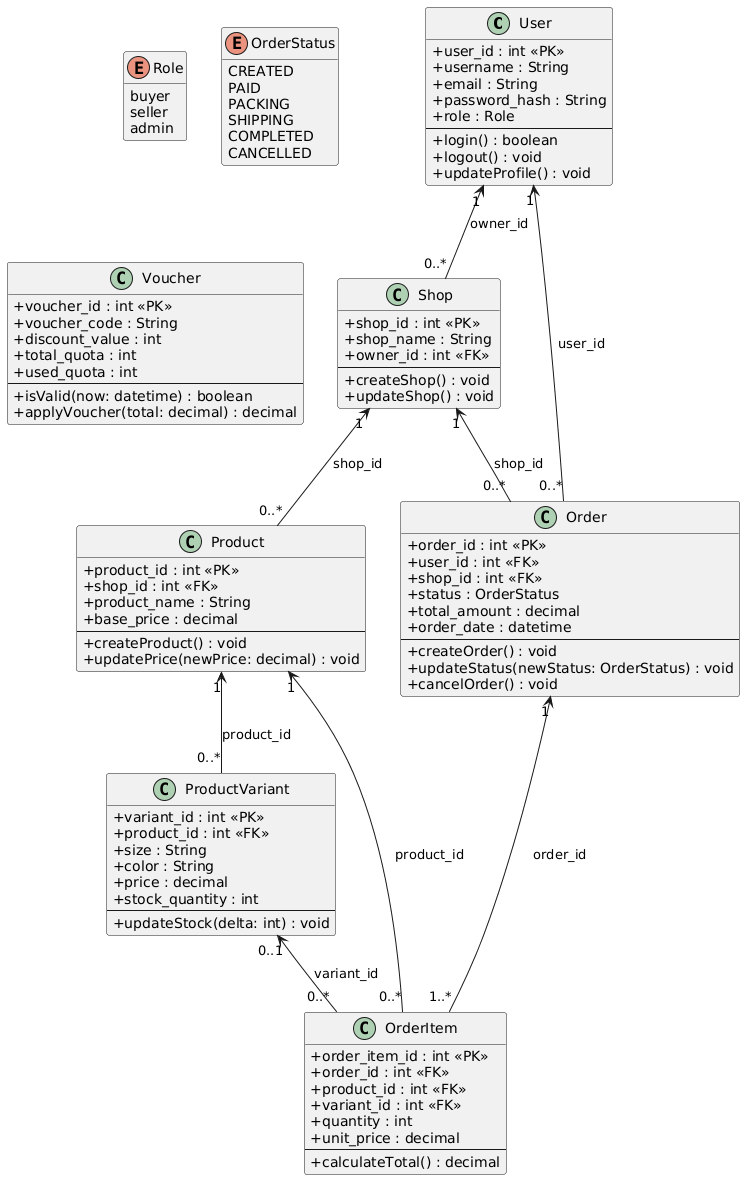
Before: data/class_diagram.png, a diagram exported from PlantUML (MinTscy/Lab211).
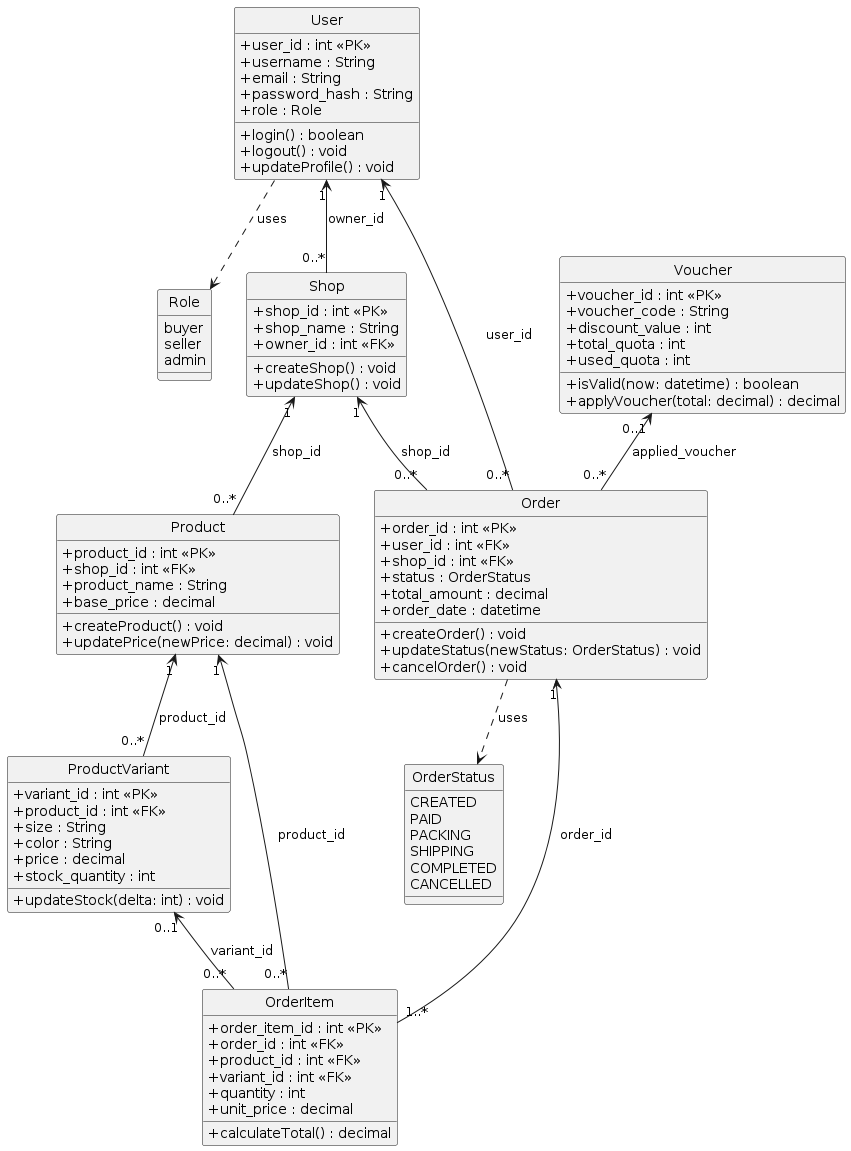
After the change.

Commit message:
class_diagram

What changed in the source:
```diff
@@ -1,6 +1,21 @@
 @startuml
 skinparam classAttributeIconSize 0
-hide empty members
+hide circle
+
+enum Role {
+  buyer
+  seller
+  admin
+}
+
+enum OrderStatus {
+  CREATED
+  PAID
+  PACKING
+  SHIPPING
+  COMPLETED
+  CANCELLED
+}
 
 class User {
   +user_id : int <<PK>>
@@ -8,25 +23,30 @@
   +email : String
   +password_hash : String
   +role : Role
-  --
+
   +login() : boolean
   +logout() : void
   +updateProfile() : void
-}
-
-enum Role {
-  buyer
-  seller
-  admin
 }
 
 class Shop {
   +shop_id : int <<PK>>
   +shop_name : String
   +owner_id : int <<FK>>
-  --
+
   +createShop() : void
   +updateShop() : void
+}
+
+class Voucher {
+  +voucher_id : int <<PK>>
+  +voucher_code : String
+  +discount_value : int
+  +total_quota : int
+  +used_quota : int
+
+  +isValid(now: datetime) : boolean
+  +applyVoucher(total: decimal) : decimal
 }
 
 class Product {
@@ -34,7 +54,7 @@
   +shop_id : int <<FK>>
   +product_name : String
   +base_price : decimal
-  --
+
   +createProduct() : void
   +updatePrice(newPrice: decimal) : void
 }
@@ -46,7 +66,7 @@
   +color : String
   +price : decimal
   +stock_quantity : int
-  --
+
   +updateStock(delta: int) : void
 }
 
@@ -57,19 +77,10 @@
   +status : OrderStatus
   +total_amount : decimal
   +order_date : datetime
-  --
+
   +createOrder() : void
   +updateStatus(newStatus: OrderStatus) : void
   +cancelOrder() : void
-}
-
-enum OrderStatus {
-  CREATED
-  PAID
-  PACKING
-  SHIPPING
-  COMPLETED
-  CANCELLED
 }
 
 class OrderItem {
@@ -79,28 +90,30 @@
   +variant_id : int <<FK>>
   +quantity : int
   +unit_price : decimal
-  --
+
   +calculateTotal() : decimal
 }
 
-class Voucher {
-  +voucher_id : int <<PK>>
-  +voucher_code : String
-  +discount_value : int
-  +total_quota : int
-  +used_quota : int
-  --
-  +isValid(now: datetime) : boolean
-  +applyVoucher(total: decimal) : decimal
-}
 
 User "1" <-- "0..*" Shop : owner_id
+
 Shop "1" <-- "0..*" Product : shop_id
+
 Product "1" <-- "0..*" ProductVariant : product_id
 
 User "1" <-- "0..*" Order : user_id
+
 Shop "1" <-- "0..*" Order : shop_id
+
 Order "1" <-- "1..*" OrderItem : order_id
+
 Product "1" <-- "0..*" OrderItem : product_id
+
 ProductVariant "0..1" <-- "0..*" OrderItem : variant_id
+
+
+User ..> Role : uses
+Order ..> OrderStatus : uses
+
+Voucher "0..1" <-- "0..*" Order : applied_voucher
 @enduml
```
